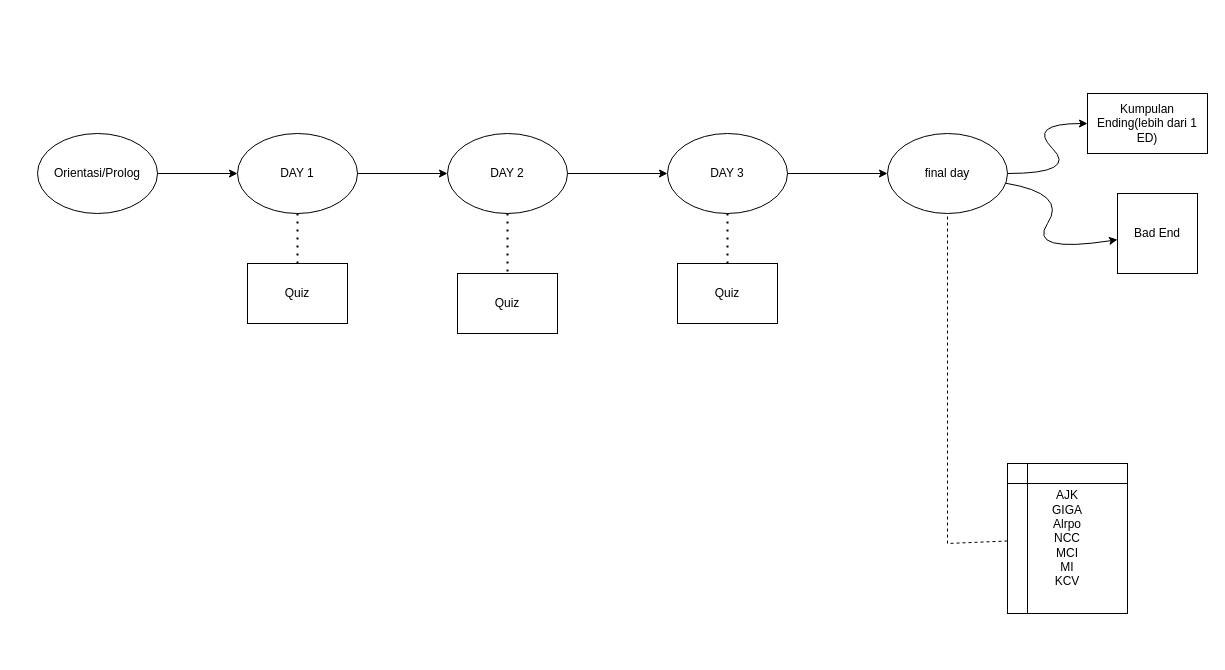
anakpayah/ETS-Sistem-Game-FSM keeps this draw.io diagram as Untitled Diagram.drawio. Above is the earlier version. Source tidied: cells renumbered, new cells numbered last; positions are measured from the earlier drawing's top-left corner, leaving out a move shared by most shapes. Both pictures are drawn from the tidied source at 100%, with x=0, y=0 at pixel (37, 93).
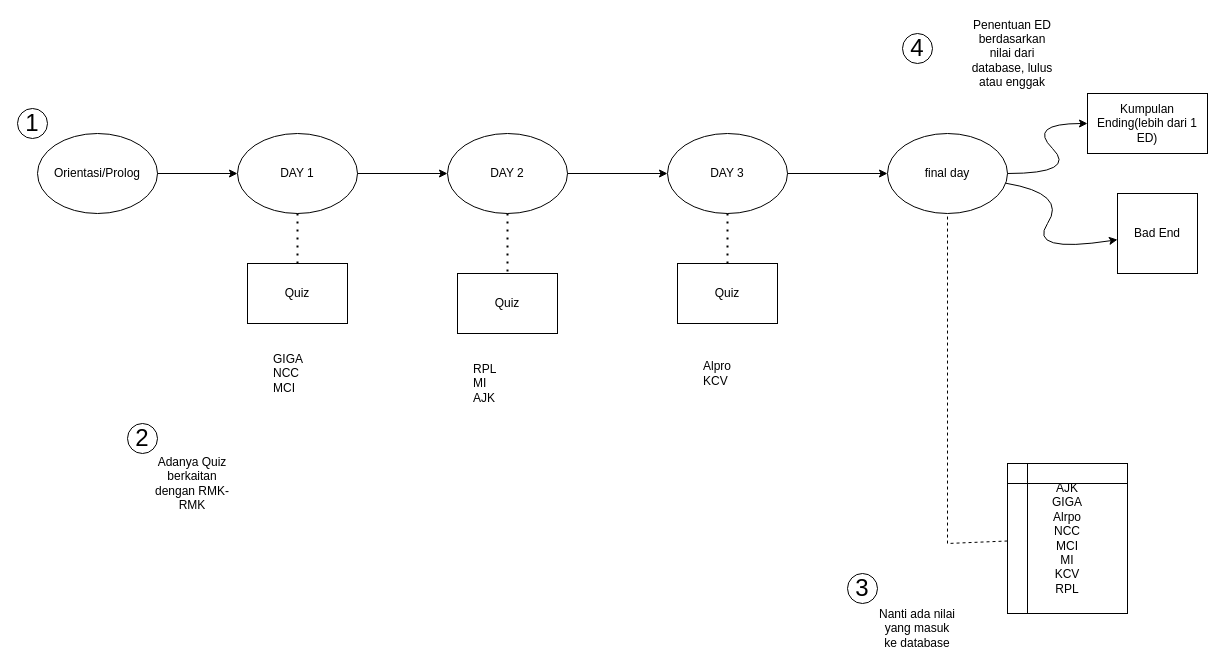
The same diagram, later.

The edit, as a diff of the source:
```diff
@@
-    <mxCell id="17" value="AJK&lt;br&gt;GIGA&lt;br&gt;Alrpo&lt;br&gt;NCC&lt;br&gt;MCI&lt;br&gt;MI&lt;br&gt;KCV&lt;br&gt;" style="shape=internalStorage;whiteSpace=wrap;html=1;backgroundOutline=1;" parent="1" vertex="1">
+    <mxCell id="17" value="AJK&lt;br&gt;GIGA&lt;br&gt;Alrpo&lt;br&gt;NCC&lt;br&gt;MCI&lt;br&gt;MI&lt;br&gt;KCV&lt;br&gt;RPL" style="shape=internalStorage;whiteSpace=wrap;html=1;backgroundOutline=1;" parent="1" vertex="1">
       <mxGeometry x="970" y="370" width="120" height="150" as="geometry" />
     </mxCell>
@@
+    <mxCell id="23" value="Adanya Quiz berkaitan dengan RMK-RMK" style="text;html=1;strokeColor=none;fillColor=none;align=center;verticalAlign=middle;whiteSpace=wrap;rounded=0;" parent="1" vertex="1">
+      <mxGeometry x="110" y="350" width="90" height="80" as="geometry" />
+    </mxCell>
+    <mxCell id="24" value="GIGA&lt;br&gt;NCC&lt;br&gt;MCI" style="text;strokeColor=none;fillColor=none;align=left;verticalAlign=middle;spacingLeft=4;spacingRight=4;overflow=hidden;whiteSpace=wrap;html=1;" parent="1" vertex="1">
+      <mxGeometry x="230" y="240" width="60" height="80" as="geometry" />
+    </mxCell>
+    <mxCell id="25" value="RPL&lt;br&gt;MI&lt;br&gt;AJK" style="text;strokeColor=none;fillColor=none;align=left;verticalAlign=middle;spacingLeft=4;spacingRight=4;overflow=hidden;whiteSpace=wrap;html=1;" parent="1" vertex="1">
+      <mxGeometry x="430" y="250" width="60" height="80" as="geometry" />
+    </mxCell>
+    <mxCell id="26" value="Alpro&lt;br&gt;KCV" style="text;strokeColor=none;fillColor=none;align=left;verticalAlign=middle;spacingLeft=4;spacingRight=4;overflow=hidden;whiteSpace=wrap;html=1;" parent="1" vertex="1">
+      <mxGeometry x="660" y="240" width="60" height="80" as="geometry" />
+    </mxCell>
+    <mxCell id="27" value="Nanti ada nilai yang masuk ke database" style="text;html=1;strokeColor=none;fillColor=none;align=center;verticalAlign=middle;whiteSpace=wrap;rounded=0;" parent="1" vertex="1">
+      <mxGeometry x="840" y="510" width="80" height="50" as="geometry" />
+    </mxCell>
+    <mxCell id="28" value="&lt;font style=&quot;font-size: 24px;&quot;&gt;1&lt;/font&gt;" style="ellipse;whiteSpace=wrap;html=1;" parent="1" vertex="1">
+      <mxGeometry x="-20" y="15" width="30" height="30" as="geometry" />
+    </mxCell>
+    <mxCell id="29" value="&lt;font style=&quot;font-size: 24px;&quot;&gt;2&lt;/font&gt;" style="ellipse;whiteSpace=wrap;html=1;" parent="1" vertex="1">
+      <mxGeometry x="90" y="330" width="30" height="30" as="geometry" />
+    </mxCell>
+    <mxCell id="30" value="&lt;font style=&quot;font-size: 24px;&quot;&gt;3&lt;/font&gt;" style="ellipse;whiteSpace=wrap;html=1;" parent="1" vertex="1">
+      <mxGeometry x="810" y="480" width="30" height="30" as="geometry" />
+    </mxCell>
+    <mxCell id="31" value="&lt;font style=&quot;font-size: 24px;&quot;&gt;4&lt;/font&gt;" style="ellipse;whiteSpace=wrap;html=1;" parent="1" vertex="1">
+      <mxGeometry x="865" y="-60" width="30" height="30" as="geometry" />
+    </mxCell>
+    <mxCell id="32" value="Penentuan ED berdasarkan nilai dari database, lulus atau enggak" style="text;html=1;strokeColor=none;fillColor=none;align=center;verticalAlign=middle;whiteSpace=wrap;rounded=0;" parent="1" vertex="1">
+      <mxGeometry x="930" y="-60" width="90" height="40" as="geometry" />
+    </mxCell>
```
